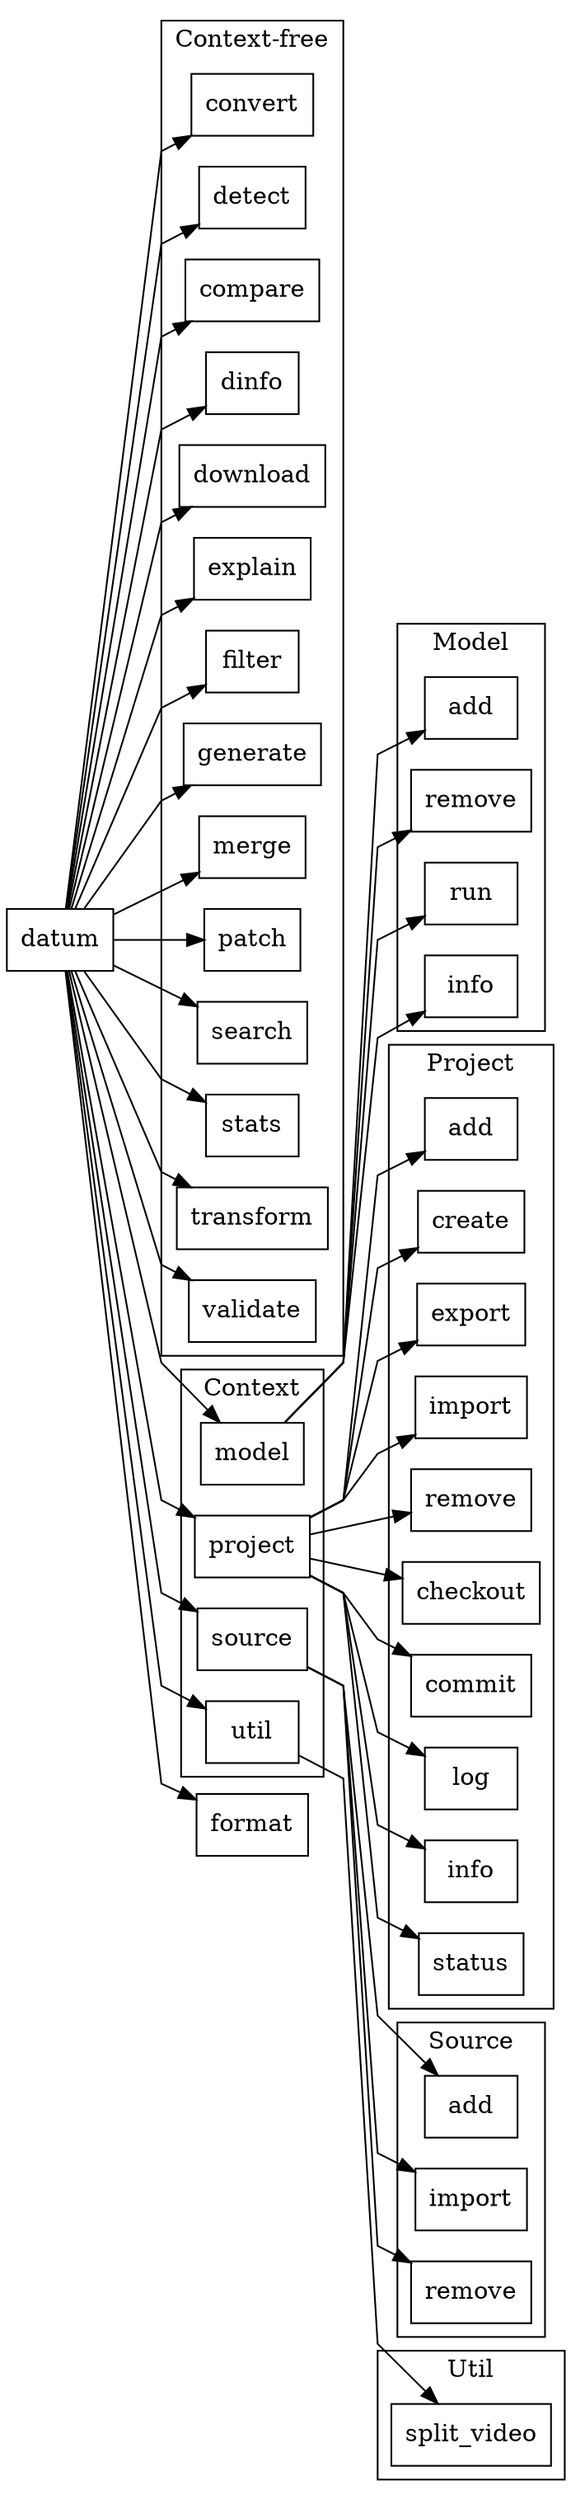
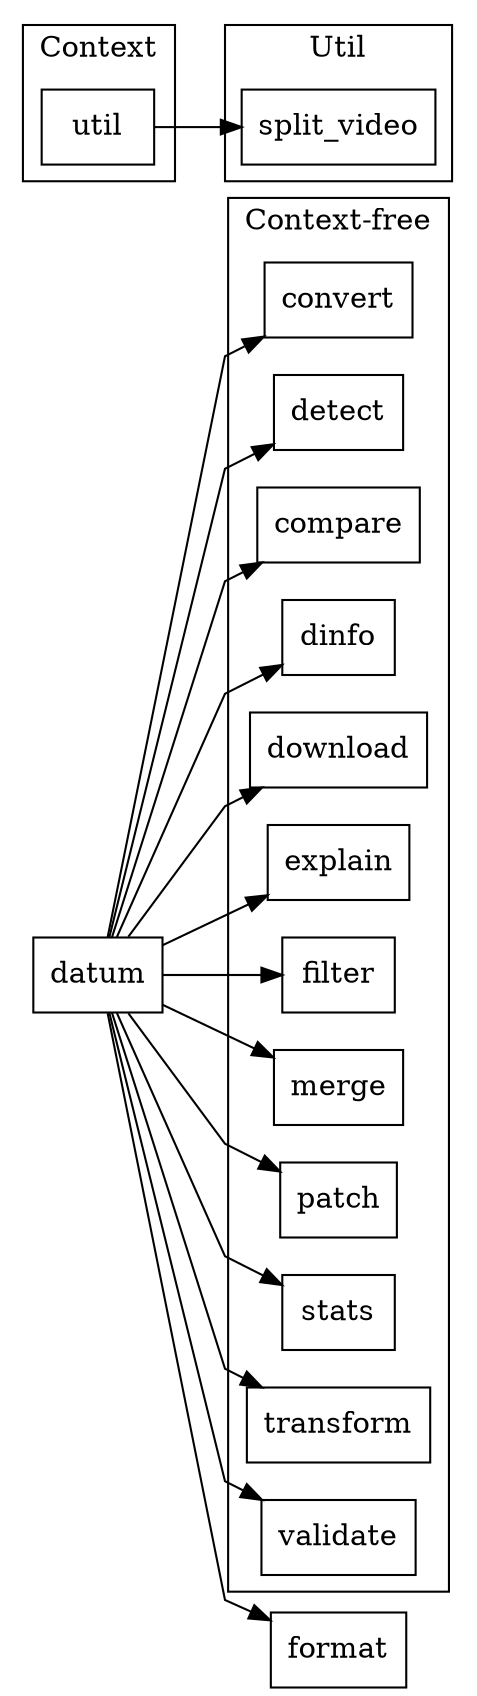
digraph command_line {
    splines = polyline;
    rankdir = "LR";
    node [shape = rectangle;];

    datum [shape = box;];

    subgraph cluster_context_free {
        label = "Context-free";

        "convert";
        "detect";
        "compare";
        "dinfo";
        "download";
        "explain";
        "filter";
-         "generate";
        "merge";
        "patch";
-         "search";
        "stats";
        "transform";
        "validate";
    }

    subgraph cluster_context {
        label = "Context";
-         "model";
-         "project";
-         "source";
        "util";
    }

    subgraph helper {
        label = "Helper";
        "format";
    }

-     subgraph cluster_model {
-         label = "Model";
-         "madd" [label = "add";];
-         "mremove" [label = "remove";];
-         "run";
-         "minfo" [label = "info";];
-     }
- 
-     subgraph cluster_source {
-         label = "Source";
-         "sadd" [label = "add";];
-         "simport" [label = "import";];
-         "sremove" [label = "remove";];
-     }
- 
-     subgraph cluster_project {
-         label = "Project";
-         subgraph "Project modification" {
-             "add";
-             "create";
-             "export";
-             "import";
-             "remove";
-         }
-         subgraph "Project versioning" {
-             "checkout";
-             "commit";
-             "log";
-             "pinfo" [label = "info";];
-             "status";
-         }
-     }
- 
    subgraph cluster_util {
        label = "Util";
        "split_video";
    }

-     "datum" -> {"convert" "detect" "compare" "dinfo" "download" "explain" "filter" "generate" "merge" "patch" "search" "stats" "transform" "validate" "format"};
-     "datum" -> {"model" "project" "source" "util"};
-     "model" -> {"madd" "mremove" "run" "minfo"};
-     "project" -> {"add" "create" "export" "import" "remove"};
-     "project" -> {"checkout" "commit" "log" "pinfo" "status"};
-     "source" -> {"sadd" "simport" "sremove"};
+     "datum" -> {"convert" "detect" "compare" "dinfo" "download" "explain" "filter" "merge" "patch" "stats" "transform" "validate" "format"};
    "util" -> {"split_video"};
}
